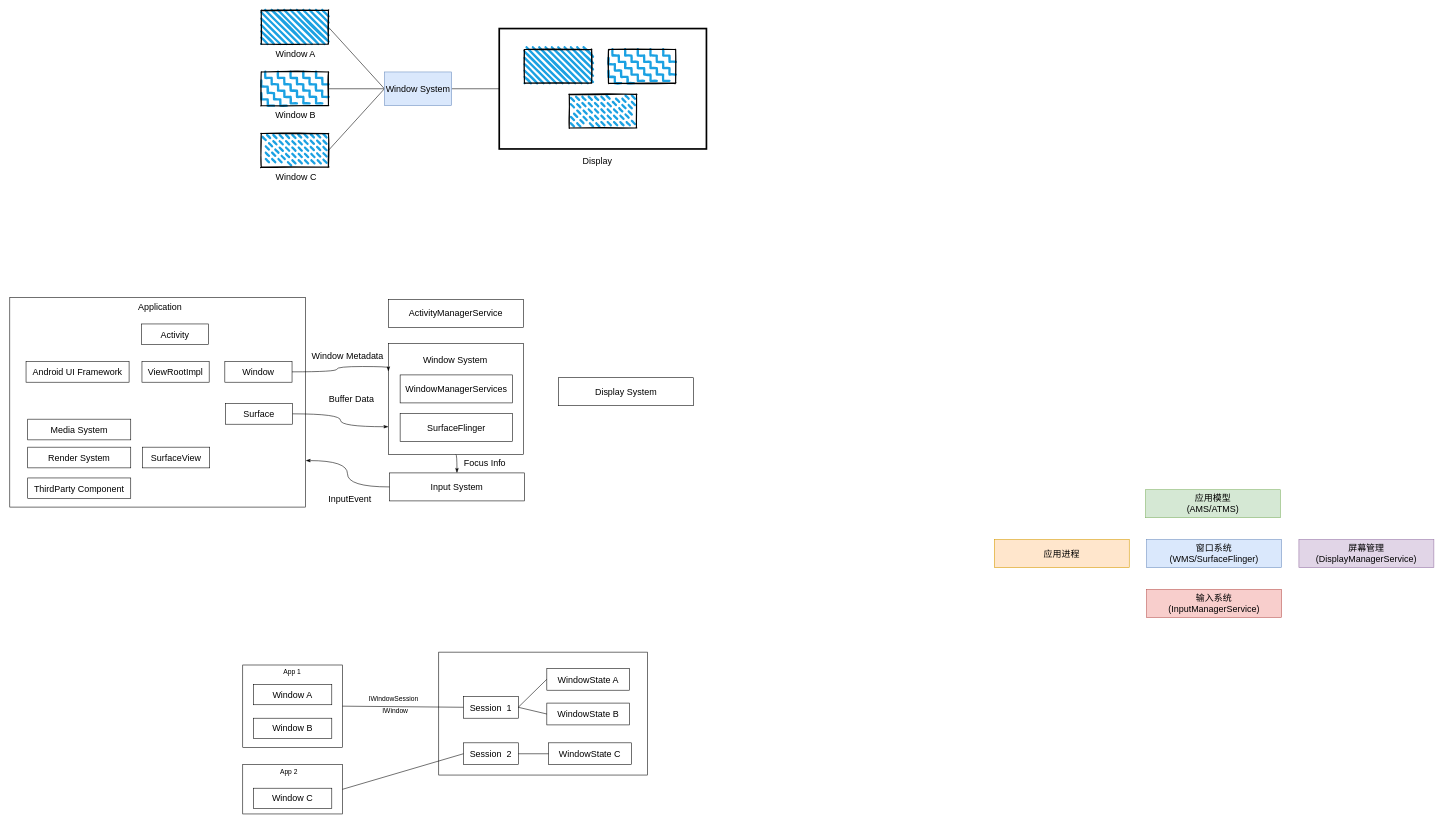
The draw.io diagram articles/pics/Android 窗口系统.drawio in MaJiu/AOSPNote, before the edit. Source tidied: cells renumbered, new cells numbered last; positions are measured from the earlier drawing's top-left corner, leaving out a move shared by most shapes. Both pictures are drawn from the tidied source at 56%, with x=0, y=0 at pixel (10, 10).
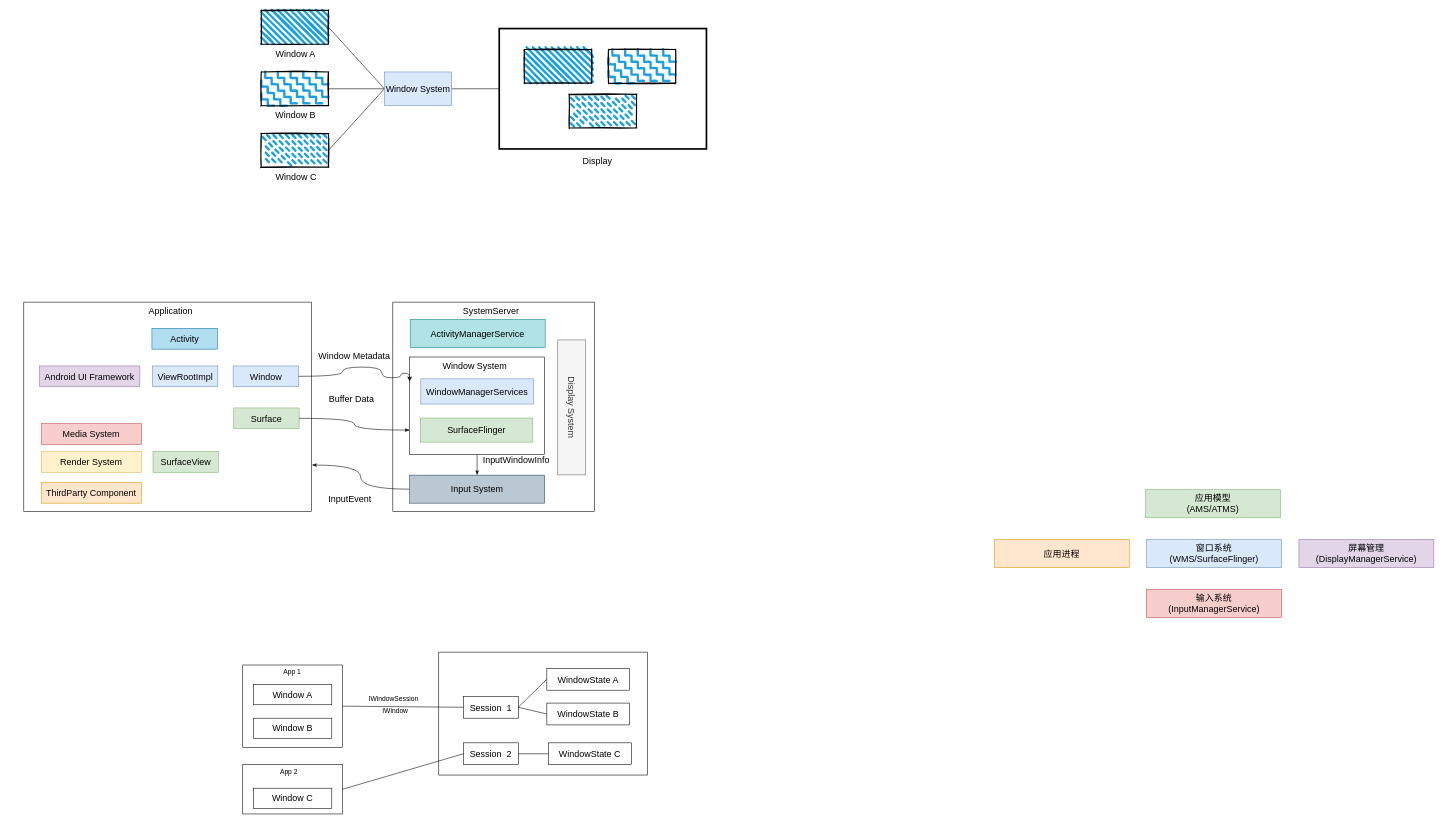
The same diagram, later.

Diff of the diagram source:
```diff
@@
+    <mxCell id="70" style="rounded=0;whiteSpace=wrap;html=1;fillStyle=auto;strokeWidth=1;fontSize=16;fillColor=none;" parent="1" vertex="1">
+      <mxGeometry x="684" y="521" width="360" height="374" as="geometry" />
+    </mxCell>
@@
     <mxCell id="3" style="rounded=0;whiteSpace=wrap;html=1;fillStyle=auto;strokeWidth=1;fontSize=16;fillColor=none;" parent="1" vertex="1">
-      <mxGeometry x="676" y="595" width="241" height="198" as="geometry" />
+      <mxGeometry x="714" y="619" width="241" height="174" as="geometry" />
     </mxCell>
@@
-    <mxCell id="20" value="WindowManagerServices" style="rounded=0;whiteSpace=wrap;html=1;fillStyle=auto;strokeWidth=1;fontSize=16;fillColor=none;" parent="1" vertex="1">
-      <mxGeometry x="697" y="651" width="201" height="50" as="geometry" />
+    <mxCell id="20" value="WindowManagerServices" style="rounded=0;whiteSpace=wrap;html=1;fillStyle=auto;strokeWidth=1;fontSize=16;fillColor=#dae8fc;strokeColor=#6c8ebf;" parent="1" vertex="1">
+      <mxGeometry x="734" y="658" width="201" height="45" as="geometry" />
     </mxCell>
-    <mxCell id="21" value="SurfaceFlinger" style="rounded=0;whiteSpace=wrap;html=1;fillStyle=auto;strokeWidth=1;fontSize=16;fillColor=none;" parent="1" vertex="1">
-      <mxGeometry x="697" y="720" width="201" height="50" as="geometry" />
+    <mxCell id="21" value="SurfaceFlinger" style="rounded=0;whiteSpace=wrap;html=1;fillStyle=auto;strokeWidth=1;fontSize=16;fillColor=#d5e8d4;strokeColor=#82b366;" parent="1" vertex="1">
+      <mxGeometry x="733" y="728" width="201" height="43" as="geometry" />
     </mxCell>
@@
-    <mxCell id="23" value="Input System" style="rounded=0;whiteSpace=wrap;html=1;fillStyle=auto;strokeWidth=1;fontSize=16;fillColor=none;" parent="1" vertex="1">
-      <mxGeometry x="678" y="826" width="241" height="50" as="geometry" />
+    <mxCell id="23" value="Input System" style="rounded=0;whiteSpace=wrap;html=1;fillStyle=auto;strokeWidth=1;fontSize=16;fillColor=#bac8d3;strokeColor=#23445d;" parent="1" vertex="1">
+      <mxGeometry x="714" y="830" width="241" height="50" as="geometry" />
     </mxCell>
-    <mxCell id="24" value="Display System" style="rounded=0;whiteSpace=wrap;html=1;fillStyle=auto;strokeWidth=1;fontSize=16;fillColor=none;" parent="1" vertex="1">
-      <mxGeometry x="980" y="656" width="241" height="50" as="geometry" />
+    <mxCell id="24" value="Display System" style="rounded=0;whiteSpace=wrap;html=1;fillStyle=auto;strokeWidth=1;fontSize=16;fillColor=#f5f5f5;fontColor=#333333;strokeColor=#666666;rotation=90;" parent="1" vertex="1">
+      <mxGeometry x="883" y="684" width="241" height="50" as="geometry" />
     </mxCell>
     <mxCell id="25" value="Window System" style="text;html=1;align=center;verticalAlign=middle;strokeColor=none;fillColor=none;fontSize=16;" parent="1" vertex="1">
-      <mxGeometry x="728" y="608" width="133" height="31" as="geometry" />
+      <mxGeometry x="763" y="619" width="133" height="31" as="geometry" />
     </mxCell>
-    <mxCell id="26" value="ActivityManagerService" style="rounded=0;whiteSpace=wrap;html=1;fillStyle=auto;strokeWidth=1;fontSize=16;fillColor=none;" parent="1" vertex="1">
-      <mxGeometry x="676" y="516" width="241" height="50" as="geometry" />
+    <mxCell id="26" value="ActivityManagerService" style="rounded=0;whiteSpace=wrap;html=1;fillStyle=auto;strokeWidth=1;fontSize=16;fillColor=#b0e3e6;strokeColor=#0e8088;" parent="1" vertex="1">
+      <mxGeometry x="715" y="552" width="241" height="50" as="geometry" />
     </mxCell>
@@
     <mxCell id="28" style="group;" parent="1" vertex="1">
-      <mxGeometry y="513" width="528" height="374" as="geometry" />
+      <mxGeometry x="25" y="521" width="514" height="374" as="geometry" />
     </mxCell>
     <mxCell id="29" style="rounded=0;whiteSpace=wrap;html=1;fillStyle=auto;strokeWidth=1;fontSize=16;fillColor=none;" parent="28" vertex="1">
-      <mxGeometry width="528" height="374" as="geometry" />
+      <mxGeometry width="514" height="374" as="geometry" />
     </mxCell>
-    <mxCell id="30" value="Surface" style="rounded=0;whiteSpace=wrap;html=1;fillStyle=auto;strokeWidth=1;fontSize=16;fillColor=none;" parent="28" vertex="1">
-      <mxGeometry x="385" y="189" width="120" height="37" as="geometry" />
+    <mxCell id="30" value="Surface" style="rounded=0;whiteSpace=wrap;html=1;fillStyle=auto;strokeWidth=1;fontSize=16;fillColor=#d5e8d4;strokeColor=#82b366;" parent="28" vertex="1">
+      <mxGeometry x="374.8" y="189" width="116.8" height="37" as="geometry" />
     </mxCell>
-    <mxCell id="31" value="Window" style="rounded=0;whiteSpace=wrap;html=1;fillStyle=auto;strokeWidth=1;fontSize=16;fillColor=none;" parent="28" vertex="1">
-      <mxGeometry x="384" y="114" width="120" height="37" as="geometry" />
+    <mxCell id="31" value="Window" style="rounded=0;whiteSpace=wrap;html=1;fillStyle=auto;strokeWidth=1;fontSize=16;fillColor=#dae8fc;strokeColor=#6c8ebf;" parent="28" vertex="1">
+      <mxGeometry x="373.8" y="114" width="116.8" height="37" as="geometry" />
     </mxCell>
-    <mxCell id="32" value="ViewRootImpl" style="rounded=0;whiteSpace=wrap;html=1;fillStyle=auto;strokeWidth=1;fontSize=16;fillColor=none;" parent="28" vertex="1">
-      <mxGeometry x="236" y="114" width="120" height="37" as="geometry" />
+    <mxCell id="32" value="ViewRootImpl" style="rounded=0;whiteSpace=wrap;html=1;fillStyle=auto;strokeWidth=1;fontSize=16;fillColor=#dae8fc;strokeColor=#6c8ebf;" parent="28" vertex="1">
+      <mxGeometry x="229.7" y="114" width="116.8" height="37" as="geometry" />
     </mxCell>
-    <mxCell id="33" value="SurfaceView" style="rounded=0;whiteSpace=wrap;html=1;fillStyle=auto;strokeWidth=1;fontSize=16;fillColor=none;" parent="28" vertex="1">
-      <mxGeometry x="237" y="267" width="120" height="37" as="geometry" />
+    <mxCell id="33" value="SurfaceView" style="rounded=0;whiteSpace=wrap;html=1;fillStyle=auto;strokeWidth=1;fontSize=16;fillColor=#d5e8d4;strokeColor=#82b366;" parent="28" vertex="1">
+      <mxGeometry x="230.7" y="267" width="116.8" height="37" as="geometry" />
     </mxCell>
-    <mxCell id="34" value="Android UI Framework" style="rounded=0;whiteSpace=wrap;html=1;fillStyle=auto;strokeWidth=1;fontSize=16;fillColor=none;" parent="28" vertex="1">
-      <mxGeometry x="29" y="114" width="184" height="37" as="geometry" />
+    <mxCell id="34" value="Android UI Framework" style="rounded=0;whiteSpace=wrap;html=1;fillStyle=auto;strokeWidth=1;fontSize=16;fillColor=#e1d5e7;strokeColor=#9673a6;" parent="28" vertex="1">
+      <mxGeometry x="28.2" y="114" width="179.1" height="37" as="geometry" />
     </mxCell>
-    <mxCell id="35" value="Media System" style="rounded=0;whiteSpace=wrap;html=1;fillStyle=auto;strokeWidth=1;fontSize=16;fillColor=none;" parent="28" vertex="1">
-      <mxGeometry x="32" y="217" width="184" height="37" as="geometry" />
+    <mxCell id="35" value="Media System" style="rounded=0;whiteSpace=wrap;html=1;fillStyle=auto;strokeWidth=1;fontSize=16;fillColor=#f8cecc;strokeColor=#b85450;" parent="28" vertex="1">
+      <mxGeometry x="31.2" y="217" width="179.1" height="37" as="geometry" />
     </mxCell>
-    <mxCell id="36" value="Render System" style="rounded=0;whiteSpace=wrap;html=1;fillStyle=auto;strokeWidth=1;fontSize=16;fillColor=none;" parent="28" vertex="1">
-      <mxGeometry x="32" y="267" width="184" height="37" as="geometry" />
+    <mxCell id="36" value="Render System" style="rounded=0;whiteSpace=wrap;html=1;fillStyle=auto;strokeWidth=1;fontSize=16;fillColor=#fff2cc;strokeColor=#d6b656;" parent="28" vertex="1">
+      <mxGeometry x="31.2" y="267" width="179.1" height="37" as="geometry" />
     </mxCell>
-    <mxCell id="37" value="ThirdParty Component" style="rounded=0;whiteSpace=wrap;html=1;fillStyle=auto;strokeWidth=1;fontSize=16;fillColor=none;" parent="28" vertex="1">
-      <mxGeometry x="32" y="322" width="184" height="37" as="geometry" />
+    <mxCell id="37" value="ThirdParty Component" style="rounded=0;whiteSpace=wrap;html=1;fillStyle=auto;strokeWidth=1;fontSize=16;fillColor=#ffe6cc;strokeColor=#d79b00;" parent="28" vertex="1">
+      <mxGeometry x="31.2" y="322" width="179.1" height="37" as="geometry" />
     </mxCell>
-    <mxCell id="38" value="Activity" style="rounded=0;whiteSpace=wrap;html=1;fillStyle=auto;strokeWidth=1;fontSize=16;fillColor=none;" parent="28" vertex="1">
-      <mxGeometry x="235" y="47" width="120" height="37" as="geometry" />
+    <mxCell id="38" value="Activity" style="rounded=0;whiteSpace=wrap;html=1;fillStyle=auto;strokeWidth=1;fontSize=16;fillColor=#b1ddf0;strokeColor=#10739e;" parent="28" vertex="1">
+      <mxGeometry x="228.8" y="47" width="116.8" height="37" as="geometry" />
     </mxCell>
     <mxCell id="39" value="Application" style="text;html=1;align=center;verticalAlign=middle;strokeColor=none;fillColor=none;fontSize=16;" parent="28" vertex="1">
-      <mxGeometry x="220" width="96" height="31" as="geometry" />
+      <mxGeometry x="214.2" width="96" height="31" as="geometry" />
     </mxCell>
-    <mxCell id="40" style="edgeStyle=orthogonalEdgeStyle;curved=1;rounded=0;jettySize=auto;html=1;exitX=1;exitY=0.5;exitDx=0;exitDy=0;entryX=0;entryY=0.25;entryDx=0;entryDy=0;fontSize=16;endArrow=classicThin;endFill=1;" parent="1" edge="1" source="31" target="3">
-      <mxGeometry relative="1" as="geometry">
-        <Array as="points">
-          <mxPoint x="584" y="645" />
-          <mxPoint x="584" y="636" />
-          <mxPoint x="676" y="636" />
-        </Array>
-      </mxGeometry>
-    </mxCell>
@@
     <mxCell id="42" value="Window Metadata" style="text;html=1;align=center;verticalAlign=middle;strokeColor=none;fillColor=none;fontSize=16;" parent="1" vertex="1">
-      <mxGeometry x="530" y="601" width="146" height="31" as="geometry" />
+      <mxGeometry x="542" y="601" width="146" height="31" as="geometry" />
     </mxCell>
@@
-    <mxCell id="44" value="Focus Info" style="text;html=1;align=center;verticalAlign=middle;strokeColor=none;fillColor=none;fontSize=16;" parent="1" vertex="1">
-      <mxGeometry x="801" y="793" width="93" height="31" as="geometry" />
+    <mxCell id="44" value="InputWindowInfo" style="text;html=1;align=center;verticalAlign=middle;strokeColor=none;fillColor=none;fontSize=16;" parent="1" vertex="1">
+      <mxGeometry x="835" y="786" width="137" height="31" as="geometry" />
     </mxCell>
@@
+    <mxCell id="40" style="edgeStyle=orthogonalEdgeStyle;rounded=0;jettySize=auto;html=1;exitX=1;exitY=0.5;exitDx=0;exitDy=0;entryX=0;entryY=0.25;entryDx=0;entryDy=0;curved=1;" parent="1" edge="1" source="31" target="3">
+      <mxGeometry relative="1" as="geometry">
+        <Array as="points">
+          <mxPoint x="594" y="654" />
+          <mxPoint x="594" y="637" />
+          <mxPoint x="664" y="637" />
+          <mxPoint x="664" y="656" />
+          <mxPoint x="698" y="656" />
+          <mxPoint x="698" y="648" />
+        </Array>
+      </mxGeometry>
+    </mxCell>
+    <mxCell id="71" value="SystemServer" style="text;html=1;align=center;verticalAlign=middle;strokeColor=none;fillColor=none;fontSize=16;" parent="1" vertex="1">
+      <mxGeometry x="800" y="521" width="118" height="31" as="geometry" />
+    </mxCell>
```
